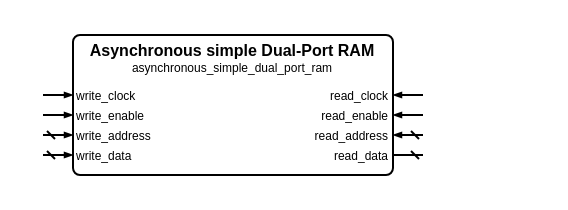
The draw.io diagram sources/memory/asynchronous_simple_dual_port_ram/asynchronous_simple_dual_port_ram.symbol.drawio in Louis-DR/OmniCores-BuildingBlocks, before the edit. Source tidied: cells renumbered, new cells numbered last; positions are measured from the earlier drawing's top-left corner, leaving out a move shared by most shapes. Both pictures are drawn from the tidied source at 200%, with x=0, y=0 at pixel (42, 34).
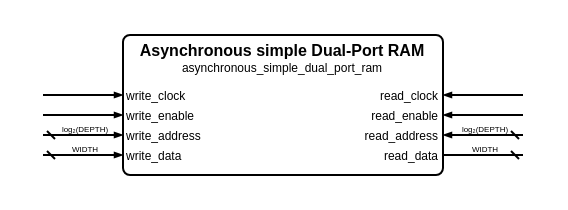
After the change.

What changed in the source:
```diff
@@
     <mxCell id="2" style="group;" parent="1" vertex="1">
-      <mxGeometry width="190" height="70" as="geometry" />
+      <mxGeometry width="240" height="70" as="geometry" />
     </mxCell>
     <mxCell id="3" style="rounded=1;arcSize=5;fillColor=none;strokeWidth=1;strokeColor=black;whiteSpace=wrap;html=1;" parent="2" vertex="1">
-      <mxGeometry x="15" width="160" height="70" as="geometry" />
+      <mxGeometry x="40" width="160" height="70" as="geometry" />
     </mxCell>
     <mxCell id="4" value="Asynchronous simple Dual-Port RAM" style="text;html=1;align=center;verticalAlign=middle;whiteSpace=wrap;rounded=0;fontSize=8;fontStyle=1;fontColor=black;" parent="2" vertex="1">
-      <mxGeometry x="15" y="7" width="160" as="geometry" />
+      <mxGeometry x="40" y="7" width="160" as="geometry" />
     </mxCell>
     <mxCell id="5" value="asynchronous_simple_dual_port_ram" style="text;html=1;align=center;verticalAlign=middle;whiteSpace=wrap;rounded=0;fontSize=6;fontStyle=0;fontColor=black;" parent="2" vertex="1">
-      <mxGeometry x="15" y="16" width="160" as="geometry" />
+      <mxGeometry x="40" y="16" width="160" as="geometry" />
     </mxCell>
     <mxCell id="6" value="write_clock" style="text;html=1;align=left;verticalAlign=middle;whiteSpace=wrap;rounded=0;fontSize=6;fontStyle=0;fontColor=black;" parent="2" vertex="1">
-      <mxGeometry x="15" y="30" width="160" as="geometry" />
+      <mxGeometry x="40" y="30" width="160" as="geometry" />
     </mxCell>
     <mxCell id="7" style="html=1;rounded=1;strokeWidth=1;strokeColor=black;startFill=0;startSize=2;startArrow=none;endFill=1;endSize=2;endArrow=blockThin;sourcePerimeterSpacing=0;" parent="2" edge="1">
       <mxGeometry relative="1" as="geometry">
         <mxPoint y="30" as="sourcePoint" />
-        <mxPoint x="15" y="30" as="targetPoint" />
+        <mxPoint x="40" y="30" as="targetPoint" />
       </mxGeometry>
     </mxCell>
     <mxCell id="8" value="read_clock" style="text;html=1;align=right;verticalAlign=middle;whiteSpace=wrap;rounded=0;fontSize=6;fontStyle=0;fontColor=black;" parent="2" vertex="1">
-      <mxGeometry x="15" y="30" width="160" as="geometry" />
+      <mxGeometry x="40" y="30" width="160" as="geometry" />
     </mxCell>
     <mxCell id="9" style="html=1;rounded=1;strokeWidth=1;strokeColor=black;startFill=0;startSize=2;startArrow=none;endFill=1;endSize=2;endArrow=blockThin;sourcePerimeterSpacing=0;" parent="2" edge="1">
       <mxGeometry relative="1" as="geometry">
-        <mxPoint x="190" y="30" as="sourcePoint" />
-        <mxPoint x="175" y="30" as="targetPoint" />
+        <mxPoint x="240" y="30" as="sourcePoint" />
+        <mxPoint x="200" y="30" as="targetPoint" />
       </mxGeometry>
     </mxCell>
     <mxCell id="10" value="write_enable" style="text;html=1;align=left;verticalAlign=middle;whiteSpace=wrap;rounded=0;fontSize=6;fontStyle=0;fontColor=black;" parent="2" vertex="1">
-      <mxGeometry x="15" y="40" width="160" as="geometry" />
+      <mxGeometry x="40" y="40" width="160" as="geometry" />
     </mxCell>
     <mxCell id="11" style="html=1;rounded=1;strokeWidth=1;strokeColor=black;startFill=0;startSize=2;startArrow=none;endFill=1;endSize=2;endArrow=blockThin;sourcePerimeterSpacing=0;" parent="2" edge="1">
       <mxGeometry relative="1" as="geometry">
         <mxPoint y="40" as="sourcePoint" />
-        <mxPoint x="15" y="40" as="targetPoint" />
+        <mxPoint x="40" y="40" as="targetPoint" />
       </mxGeometry>
     </mxCell>
     <mxCell id="12" value="read_enable" style="text;html=1;align=right;verticalAlign=middle;whiteSpace=wrap;rounded=0;fontSize=6;fontStyle=0;fontColor=black;" parent="2" vertex="1">
-      <mxGeometry x="15" y="40" width="160" as="geometry" />
+      <mxGeometry x="40" y="40" width="160" as="geometry" />
     </mxCell>
     <mxCell id="13" style="html=1;rounded=1;strokeWidth=1;strokeColor=black;startFill=0;startSize=2;startArrow=none;endFill=1;endSize=2;endArrow=blockThin;sourcePerimeterSpacing=0;" parent="2" edge="1">
       <mxGeometry relative="1" as="geometry">
-        <mxPoint x="190" y="40" as="sourcePoint" />
-        <mxPoint x="175" y="40" as="targetPoint" />
+        <mxPoint x="240" y="40" as="sourcePoint" />
+        <mxPoint x="200" y="40" as="targetPoint" />
       </mxGeometry>
     </mxCell>
     <mxCell id="14" value="write_address" style="text;html=1;align=left;verticalAlign=middle;whiteSpace=wrap;rounded=0;fontSize=6;fontStyle=0;fontColor=black;" parent="2" vertex="1">
-      <mxGeometry x="15" y="50" width="160" as="geometry" />
+      <mxGeometry x="40" y="50" width="160" as="geometry" />
     </mxCell>
     <mxCell id="15" style="html=1;rounded=1;strokeWidth=1;strokeColor=black;startFill=0;startSize=2;startArrow=dash;endFill=1;endSize=2;endArrow=blockThin;sourcePerimeterSpacing=0;" parent="2" edge="1">
       <mxGeometry relative="1" as="geometry">
         <mxPoint y="50" as="sourcePoint" />
-        <mxPoint x="15" y="50" as="targetPoint" />
+        <mxPoint x="40" y="50" as="targetPoint" />
       </mxGeometry>
     </mxCell>
+    <mxCell id="22" value="log₂(DEPTH)" style="text;html=1;align=center;verticalAlign=middle;whiteSpace=nowrap;rounded=0;fontSize=4;fontStyle=0;fontColor=black;" parent="2" vertex="1">
+      <mxGeometry x="20" y="47" as="geometry" />
+    </mxCell>
     <mxCell id="16" value="read_address" style="text;html=1;align=right;verticalAlign=middle;whiteSpace=wrap;rounded=0;fontSize=6;fontStyle=0;fontColor=black;" parent="2" vertex="1">
-      <mxGeometry x="15" y="50" width="160" as="geometry" />
+      <mxGeometry x="40" y="50" width="160" as="geometry" />
     </mxCell>
     <mxCell id="17" style="html=1;rounded=1;strokeWidth=1;strokeColor=black;startFill=0;startSize=2;startArrow=dash;endFill=1;endSize=2;endArrow=blockThin;sourcePerimeterSpacing=0;" parent="2" edge="1">
       <mxGeometry relative="1" as="geometry">
-        <mxPoint x="190" y="50" as="sourcePoint" />
-        <mxPoint x="175" y="50" as="targetPoint" />
+        <mxPoint x="240" y="50" as="sourcePoint" />
+        <mxPoint x="200" y="50" as="targetPoint" />
       </mxGeometry>
     </mxCell>
+    <mxCell id="23" value="log₂(DEPTH)" style="text;html=1;align=center;verticalAlign=middle;whiteSpace=nowrap;rounded=0;fontSize=4;fontStyle=0;fontColor=black;" parent="2" vertex="1">
+      <mxGeometry x="220" y="47" as="geometry" />
+    </mxCell>
     <mxCell id="18" value="write_data" style="text;html=1;align=left;verticalAlign=middle;whiteSpace=wrap;rounded=0;fontSize=6;fontStyle=0;fontColor=black;" parent="2" vertex="1">
-      <mxGeometry x="15" y="60" width="160" as="geometry" />
+      <mxGeometry x="40" y="60" width="160" as="geometry" />
     </mxCell>
     <mxCell id="19" style="html=1;rounded=1;strokeWidth=1;strokeColor=black;startFill=0;startSize=2;startArrow=dash;endFill=1;endSize=2;endArrow=blockThin;sourcePerimeterSpacing=0;" parent="2" edge="1">
       <mxGeometry relative="1" as="geometry">
         <mxPoint y="60" as="sourcePoint" />
-        <mxPoint x="15" y="60" as="targetPoint" />
+        <mxPoint x="40" y="60" as="targetPoint" />
       </mxGeometry>
     </mxCell>
+    <mxCell id="24" value="WIDTH" style="text;html=1;align=center;verticalAlign=middle;whiteSpace=nowrap;rounded=0;fontSize=4;fontStyle=0;fontColor=black;" parent="2" vertex="1">
+      <mxGeometry x="20" y="57" as="geometry" />
+    </mxCell>
     <mxCell id="20" value="read_data" style="text;html=1;align=right;verticalAlign=middle;whiteSpace=wrap;rounded=0;fontSize=6;fontStyle=0;fontColor=black;" parent="2" vertex="1">
-      <mxGeometry x="15" y="60" width="160" as="geometry" />
+      <mxGeometry x="40" y="60" width="160" as="geometry" />
     </mxCell>
     <mxCell id="21" style="html=1;rounded=1;strokeWidth=1;strokeColor=black;startFill=0;startSize=2;startArrow=dash;endFill=1;endSize=2;endArrow=none;sourcePerimeterSpacing=0;" parent="2" edge="1">
       <mxGeometry relative="1" as="geometry">
-        <mxPoint x="190" y="60" as="sourcePoint" />
-        <mxPoint x="175" y="60" as="targetPoint" />
+        <mxPoint x="240" y="60" as="sourcePoint" />
+        <mxPoint x="200" y="60" as="targetPoint" />
       </mxGeometry>
     </mxCell>
+    <mxCell id="25" value="WIDTH" style="text;html=1;align=center;verticalAlign=middle;whiteSpace=nowrap;rounded=0;fontSize=4;fontStyle=0;fontColor=black;" parent="2" vertex="1">
+      <mxGeometry x="220" y="57" as="geometry" />
+    </mxCell>
```
